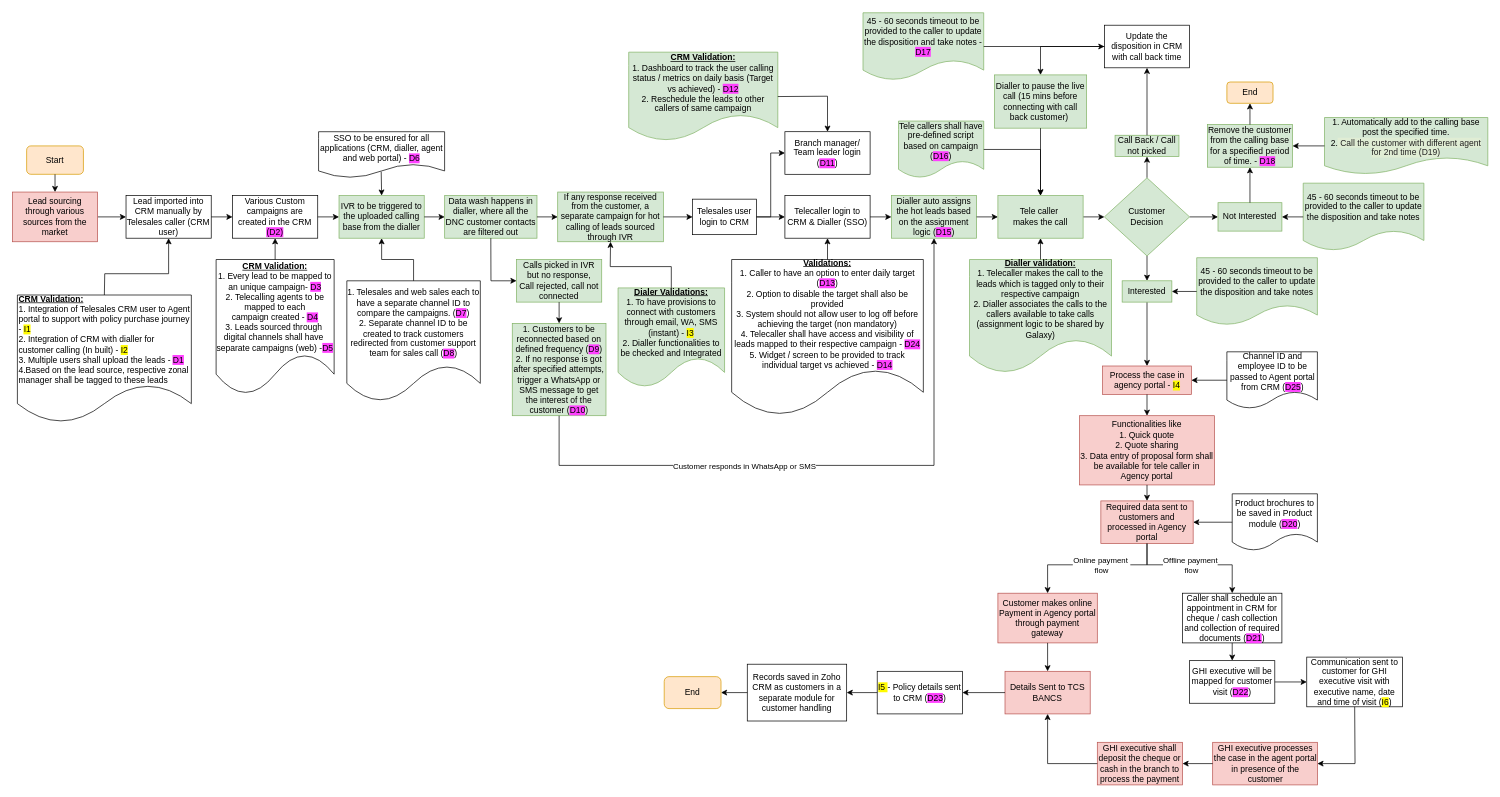
shaileshsreedar/Galaxy keeps this draw.io diagram as TeleSales.drawio. Above is the earlier version. Source tidied: cells renumbered, new cells numbered last; positions are measured from the earlier drawing's top-left corner, leaving out a move shared by most shapes. Both pictures are drawn from the tidied source at 71%, with x=0, y=0 at pixel (12, 12).
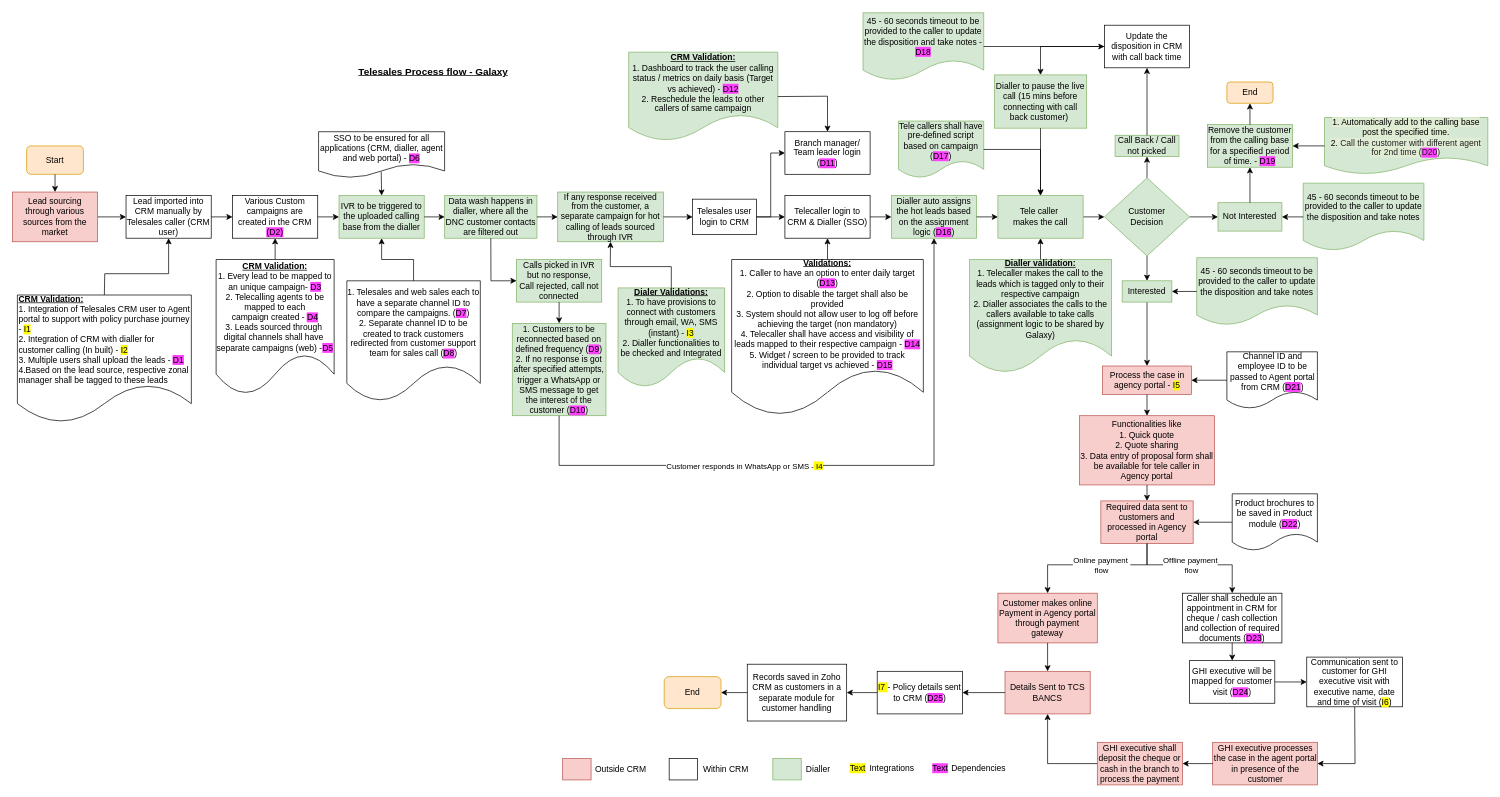
The same diagram, later.

Unchanged cells that the change refers to:
```xml
<mxCell id="103" style="endArrow=classic;html=1;rounded=0;exitX=0.5;exitY=1;exitDx=0;exitDy=0;entryX=0.5;entryY=1;entryDx=0;entryDy=0;" parent="1" edge="1" source="37" target="41">
  <mxGeometry relative="1" as="geometry">
    <Array as="points">
      <mxPoint x="770" y="638" />
      <mxPoint x="1298" y="638" />
    </Array>
  </mxGeometry>
</mxCell>
```

Change to the diagram source:
```diff
@@
-    <mxCell id="16" value="Process the case in agency portal - &lt;span style=&quot;background-color: rgb(255, 251, 0);&quot;&gt;I4&lt;/span&gt;" style="whiteSpace=wrap;html=1;fillColor=#f8cecc;strokeColor=#b85450;" parent="1" vertex="1">
+    <mxCell id="16" value="Process the case in agency portal - &lt;span style=&quot;background-color: rgb(255, 251, 0);&quot;&gt;I5&lt;/span&gt;" style="whiteSpace=wrap;html=1;fillColor=#f8cecc;strokeColor=#b85450;" parent="1" vertex="1">
       <mxGeometry x="1535.5" y="498" width="125" height="40" as="geometry" />
     </mxCell>
@@
-    <mxCell id="19" value="&lt;span style=&quot;background-color: rgb(255, 251, 0);&quot;&gt;I5 &lt;/span&gt;- Policy details sent to CRM (&lt;span style=&quot;background-color: rgb(255, 64, 255);&quot;&gt;D23&lt;/span&gt;)" style="whiteSpace=wrap;html=1;" parent="1" vertex="1">
+    <mxCell id="19" value="&lt;span style=&quot;background-color: rgb(255, 251, 0);&quot;&gt;I7&amp;nbsp;&lt;/span&gt;- Policy details sent to CRM (&lt;span style=&quot;background-color: rgb(255, 64, 255);&quot;&gt;D25&lt;/span&gt;)" style="whiteSpace=wrap;html=1;" parent="1" vertex="1">
       <mxGeometry x="1218" y="928" width="120" height="60" as="geometry" />
     </mxCell>
@@
-    <mxCell id="41" value="Dialler auto assigns the hot leads based on the assignment logic (&lt;span style=&quot;background-color: rgb(255, 64, 255);&quot;&gt;D15&lt;/span&gt;)" style="rounded=0;whiteSpace=wrap;html=1;fillColor=#d5e8d4;strokeColor=#82b366;" parent="1" vertex="1">
+    <mxCell id="41" value="Dialler auto assigns the hot leads based on the assignment logic (&lt;span style=&quot;background-color: rgb(255, 64, 255);&quot;&gt;D16&lt;/span&gt;)" style="rounded=0;whiteSpace=wrap;html=1;fillColor=#d5e8d4;strokeColor=#82b366;" parent="1" vertex="1">
       <mxGeometry x="1238" y="258" width="120" height="60" as="geometry" />
     </mxCell>
@@
-    <mxCell id="53" value="Remove the customer from the calling base for a specified period of time. - &lt;span style=&quot;background-color: rgb(255, 64, 255);&quot;&gt;D18&lt;/span&gt;" style="rounded=0;whiteSpace=wrap;html=1;fillColor=#d5e8d4;strokeColor=#82b366;" parent="1" vertex="1">
+    <mxCell id="53" value="Remove the customer from the calling base for a specified period of time. - &lt;span style=&quot;background-color: rgb(255, 64, 255);&quot;&gt;D19&lt;/span&gt;" style="rounded=0;whiteSpace=wrap;html=1;fillColor=#d5e8d4;strokeColor=#82b366;" parent="1" vertex="1">
       <mxGeometry x="1683" y="158" width="120" height="60" as="geometry" />
     </mxCell>
@@
-    <mxCell id="55" value="1. Automatically add to the calling base post the specified time.&lt;div&gt;2.&lt;span style=&quot;background-color: rgb(224, 237, 212);&quot;&gt;&amp;nbsp;&lt;span style=&quot;font-family: inherit; caret-color: rgb(34, 34, 34); color: rgb(34, 34, 34); letter-spacing: 0.01px; text-align: left;&quot;&gt;Call the customer with different agent for 2nd time (&lt;/span&gt;&lt;span style=&quot;font-family: inherit; caret-color: rgb(34, 34, 34); color: rgb(34, 34, 34); letter-spacing: 0.01px; text-align: left;&quot;&gt;D19&lt;/span&gt;&lt;span style=&quot;font-family: inherit; caret-color: rgb(34, 34, 34); color: rgb(34, 34, 34); letter-spacing: 0.01px; text-align: left;&quot;&gt;)&lt;/span&gt;&lt;/span&gt;&lt;/div&gt;" style="shape=document;whiteSpace=wrap;html=1;boundedLbl=1;fillColor=#d5e8d4;strokeColor=#82b366;" parent="1" vertex="1">
+    <mxCell id="55" value="&lt;span style=&quot;background-color: rgb(224, 237, 212);&quot;&gt;1. Automatically add to the calling base post the specified time.&lt;/span&gt;&lt;div&gt;&lt;span style=&quot;background-color: rgb(224, 237, 212);&quot;&gt;2.&amp;nbsp;&lt;/span&gt;&lt;span style=&quot;background-color: rgb(224, 237, 212); font-family: inherit; caret-color: rgb(34, 34, 34); color: rgb(34, 34, 34); letter-spacing: 0.01px; text-align: left;&quot;&gt;Call the customer with different agent for 2nd time (&lt;/span&gt;&lt;span style=&quot;font-family: inherit; caret-color: rgb(34, 34, 34); color: rgb(34, 34, 34); letter-spacing: 0.01px; text-align: left; background-color: rgb(255, 64, 255);&quot;&gt;D20&lt;/span&gt;&lt;span style=&quot;background-color: rgb(224, 237, 212); font-family: inherit; caret-color: rgb(34, 34, 34); color: rgb(34, 34, 34); letter-spacing: 0.01px; text-align: left;&quot;&gt;)&lt;/span&gt;&lt;/div&gt;" style="shape=document;whiteSpace=wrap;html=1;boundedLbl=1;fillColor=#d5e8d4;strokeColor=#82b366;" parent="1" vertex="1">
       <mxGeometry x="1848" y="148" width="230" height="80" as="geometry" />
     </mxCell>
@@
-    <mxCell id="61" value="45 - 60 seconds timeout to be provided to the caller to update the disposition and take notes - &lt;span style=&quot;background-color: rgb(255, 64, 255);&quot;&gt;D17&lt;/span&gt;" style="shape=document;whiteSpace=wrap;html=1;boundedLbl=1;fillColor=#d5e8d4;strokeColor=#82b366;" parent="1" vertex="1">
+    <mxCell id="61" value="45 - 60 seconds timeout to be provided to the caller to update the disposition and take notes - &lt;span style=&quot;background-color: rgb(255, 64, 255);&quot;&gt;D18&lt;/span&gt;" style="shape=document;whiteSpace=wrap;html=1;boundedLbl=1;fillColor=#d5e8d4;strokeColor=#82b366;" parent="1" vertex="1">
       <mxGeometry x="1198" y="0.5" width="170" height="95" as="geometry" />
     </mxCell>
@@
-    <mxCell id="65" value="Channel ID and employee ID to be passed to Agent portal from CRM (&lt;span style=&quot;background-color: rgb(255, 64, 255);&quot;&gt;D25&lt;/span&gt;)" style="shape=document;whiteSpace=wrap;html=1;boundedLbl=1;" parent="1" vertex="1">
+    <mxCell id="65" value="Channel ID and employee ID to be passed to Agent portal from CRM (&lt;span style=&quot;background-color: rgb(255, 64, 255);&quot;&gt;D21&lt;/span&gt;)" style="shape=document;whiteSpace=wrap;html=1;boundedLbl=1;" parent="1" vertex="1">
       <mxGeometry x="1710.5" y="478" width="127.5" height="80" as="geometry" />
     </mxCell>
@@
-    <mxCell id="73" value="Caller shall schedule an appointment in CRM for cheque / cash collection and collection of required documents (&lt;span style=&quot;background-color: rgb(255, 64, 255);&quot;&gt;D21&lt;/span&gt;)" style="whiteSpace=wrap;html=1;" parent="1" vertex="1">
+    <mxCell id="73" value="Caller shall schedule an appointment in CRM for cheque / cash collection and collection of required documents (&lt;span style=&quot;background-color: rgb(255, 64, 255);&quot;&gt;D23&lt;/span&gt;)" style="whiteSpace=wrap;html=1;" parent="1" vertex="1">
       <mxGeometry x="1648" y="818" width="140" height="70" as="geometry" />
     </mxCell>
-    <mxCell id="74" value="GHI executive will be mapped for customer visit (&lt;span style=&quot;background-color: rgb(255, 64, 255);&quot;&gt;D22&lt;/span&gt;)" style="rounded=0;whiteSpace=wrap;html=1;" parent="1" vertex="1">
+    <mxCell id="74" value="GHI executive will be mapped for customer visit (&lt;span style=&quot;background-color: rgb(255, 64, 255);&quot;&gt;D24&lt;/span&gt;)" style="rounded=0;whiteSpace=wrap;html=1;" parent="1" vertex="1">
       <mxGeometry x="1658" y="913" width="120" height="60" as="geometry" />
     </mxCell>
@@
-    <mxCell id="88" value="Tele callers shall have pre-defined script based on campaign (&lt;span style=&quot;background-color: rgb(255, 64, 255);&quot;&gt;D16&lt;/span&gt;)" style="shape=document;whiteSpace=wrap;html=1;boundedLbl=1;fillColor=#d5e8d4;strokeColor=#82b366;" parent="1" vertex="1">
+    <mxCell id="88" value="Tele callers shall have pre-defined script based on campaign (&lt;span style=&quot;background-color: rgb(255, 64, 255);&quot;&gt;D17&lt;/span&gt;)" style="shape=document;whiteSpace=wrap;html=1;boundedLbl=1;fillColor=#d5e8d4;strokeColor=#82b366;" parent="1" vertex="1">
       <mxGeometry x="1248" y="153" width="120" height="80" as="geometry" />
     </mxCell>
@@
-    <mxCell id="90" value="&lt;b&gt;&lt;u&gt;Validations:&lt;/u&gt;&lt;/b&gt;&lt;div&gt;1. Caller to have an option to enter daily target (&lt;span style=&quot;background-color: rgb(255, 64, 255);&quot;&gt;D13&lt;/span&gt;)&lt;div&gt;2. Option to disable the target shall also be provided&lt;/div&gt;&lt;div&gt;3. System should not allow user to log off before achieving the target (non mandatory)&lt;/div&gt;&lt;/div&gt;&lt;div&gt;4. Telecaller shall have access and visibility of leads mapped to their respective campaign - &lt;span style=&quot;background-color: rgb(255, 64, 255);&quot;&gt;D24&lt;/span&gt;&lt;/div&gt;&lt;div&gt;5. Widget / screen to be provided to track individual target vs achieved - &lt;span style=&quot;background-color: rgb(255, 64, 255);&quot;&gt;D14&lt;/span&gt;&lt;/div&gt;" style="shape=document;whiteSpace=wrap;html=1;boundedLbl=1;" parent="1" vertex="1">
+    <mxCell id="90" value="&lt;b&gt;&lt;u&gt;Validations:&lt;/u&gt;&lt;/b&gt;&lt;div&gt;1. Caller to have an option to enter daily target (&lt;span style=&quot;background-color: rgb(255, 64, 255);&quot;&gt;D13&lt;/span&gt;)&lt;div&gt;2. Option to disable the target shall also be provided&lt;/div&gt;&lt;div&gt;3. System should not allow user to log off before achieving the target (non mandatory)&lt;/div&gt;&lt;/div&gt;&lt;div&gt;4. Telecaller shall have access and visibility of leads mapped to their respective campaign - &lt;span style=&quot;background-color: rgb(255, 64, 255);&quot;&gt;D14&lt;/span&gt;&lt;/div&gt;&lt;div&gt;5. Widget / screen to be provided to track individual target vs achieved - &lt;span style=&quot;background-color: rgb(255, 64, 255);&quot;&gt;D15&lt;/span&gt;&lt;/div&gt;" style="shape=document;whiteSpace=wrap;html=1;boundedLbl=1;" parent="1" vertex="1">
       <mxGeometry x="1013" y="348" width="270" height="220" as="geometry" />
     </mxCell>
@@
-    <mxCell id="104" value="Customer responds in WhatsApp or SMS" style="edgeLabel;html=1;align=center;verticalAlign=middle;" parent="103" vertex="1">
+    <mxCell id="104" value="Customer responds in WhatsApp or SMS -&lt;span style=&quot;background-color: rgb(255, 251, 0);&quot;&gt; I4&lt;/span&gt;" style="edgeLabel;html=1;align=center;verticalAlign=middle;" parent="103" vertex="1">
       <mxGeometry x="-0.28" y="-3" relative="1" as="geometry">
         <mxPoint y="-3" as="offset" />
       </mxGeometry>
     </mxCell>
-    <mxCell id="105" value="Product brochures to be saved in Product module (&lt;span style=&quot;background-color: rgb(255, 64, 255);&quot;&gt;D20&lt;/span&gt;)" style="shape=document;whiteSpace=wrap;html=1;boundedLbl=1;" parent="1" vertex="1">
+    <mxCell id="105" value="Product brochures to be saved in Product module (&lt;span style=&quot;background-color: rgb(255, 64, 255);&quot;&gt;D22&lt;/span&gt;)" style="shape=document;whiteSpace=wrap;html=1;boundedLbl=1;" parent="1" vertex="1">
       <mxGeometry x="1718" y="678" width="120" height="80" as="geometry" />
     </mxCell>
@@
+    <mxCell id="107" value="Telesales Process flow - Galaxy" style="text;html=1;align=center;verticalAlign=middle;whiteSpace=wrap;rounded=0;fontSize=14;fontStyle=5;" parent="1" vertex="1">
+      <mxGeometry x="468" y="68" width="250" height="30" as="geometry" />
+    </mxCell>
+    <mxCell id="108" style="rounded=0;whiteSpace=wrap;html=1;fillColor=#f8cecc;strokeColor=#b85450;" parent="1" vertex="1">
+      <mxGeometry x="775" y="1051" width="40" height="30" as="geometry" />
+    </mxCell>
+    <mxCell id="109" value="Outside CRM" style="text;html=1;align=center;verticalAlign=middle;whiteSpace=wrap;rounded=0;" parent="1" vertex="1">
+      <mxGeometry x="812" y="1051" width="90" height="30" as="geometry" />
+    </mxCell>
+    <mxCell id="110" style="rounded=0;whiteSpace=wrap;html=1;" parent="1" vertex="1">
+      <mxGeometry x="925" y="1051" width="40" height="30" as="geometry" />
+    </mxCell>
+    <mxCell id="111" value="Within CRM" style="text;html=1;align=center;verticalAlign=middle;whiteSpace=wrap;rounded=0;" parent="1" vertex="1">
+      <mxGeometry x="960" y="1051" width="90" height="30" as="geometry" />
+    </mxCell>
+    <mxCell id="112" style="rounded=0;whiteSpace=wrap;html=1;fillColor=#d5e8d4;strokeColor=#82b366;" parent="1" vertex="1">
+      <mxGeometry x="1071" y="1051" width="40" height="30" as="geometry" />
+    </mxCell>
+    <mxCell id="113" value="Dialler" style="text;html=1;align=center;verticalAlign=middle;whiteSpace=wrap;rounded=0;" parent="1" vertex="1">
+      <mxGeometry x="1090" y="1051" width="90" height="30" as="geometry" />
+    </mxCell>
+    <mxCell id="114" value="&lt;span style=&quot;background-color: rgb(255, 251, 0);&quot;&gt;Text&lt;/span&gt;" style="text;html=1;align=center;verticalAlign=middle;whiteSpace=wrap;rounded=0;" parent="1" vertex="1">
+      <mxGeometry x="1161" y="1050" width="60" height="30" as="geometry" />
+    </mxCell>
+    <mxCell id="115" value="Integrations" style="text;html=1;align=center;verticalAlign=middle;whiteSpace=wrap;rounded=0;" parent="1" vertex="1">
+      <mxGeometry x="1194" y="1050" width="90" height="30" as="geometry" />
+    </mxCell>
+    <mxCell id="116" value="&lt;span style=&quot;background-color: rgb(255, 64, 255);&quot;&gt;Text&lt;/span&gt;" style="text;html=1;align=center;verticalAlign=middle;whiteSpace=wrap;rounded=0;" parent="1" vertex="1">
+      <mxGeometry x="1277" y="1050" width="60" height="30" as="geometry" />
+    </mxCell>
+    <mxCell id="117" value="Dependencies" style="text;html=1;align=center;verticalAlign=middle;whiteSpace=wrap;rounded=0;" parent="1" vertex="1">
+      <mxGeometry x="1316" y="1050" width="90" height="30" as="geometry" />
+    </mxCell>
```
